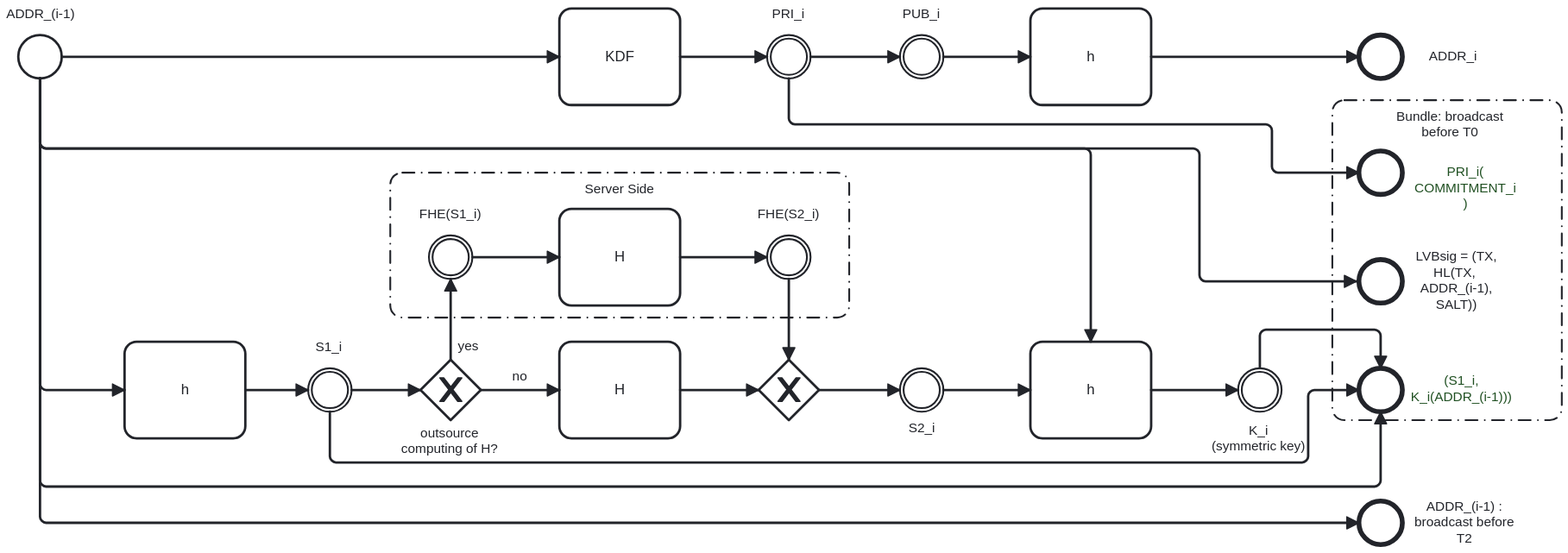
The BPMN diagram docs/keys_diagram.svg in Yuri-SVB/LVBsig, before a commit. Its source is kept beside it as docs/keys_diagram.bpmn. Ids are renumbered.
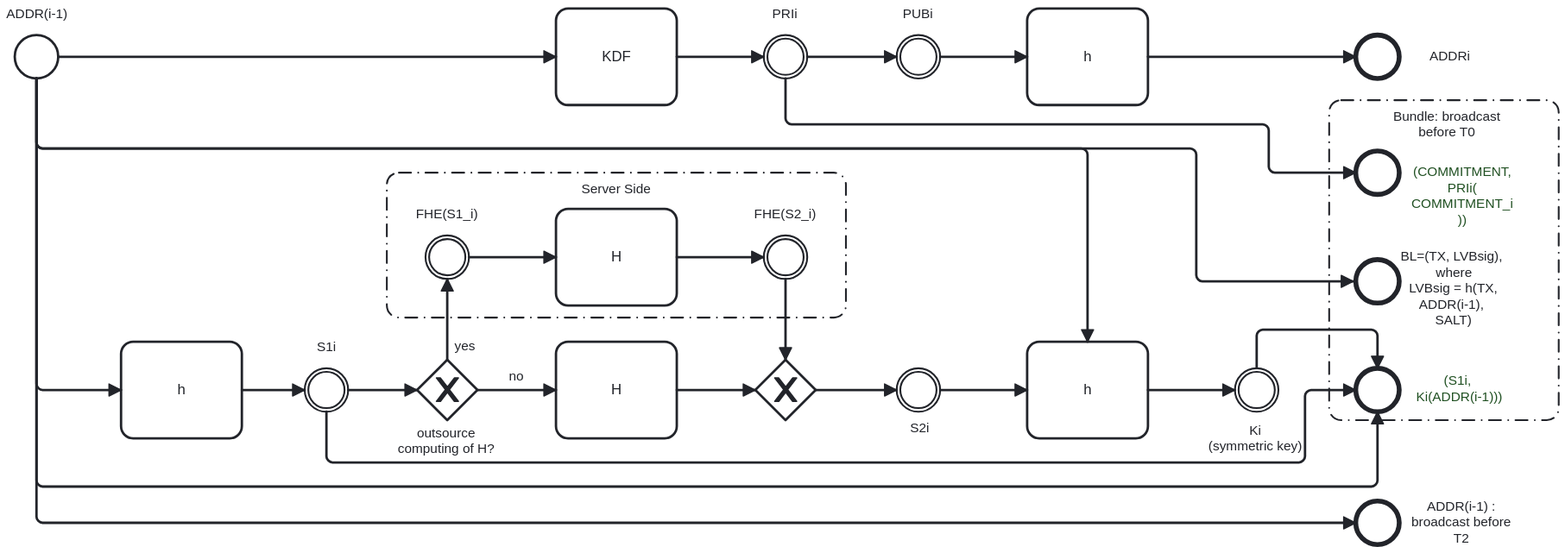
After the change.

Commit message:
Updated notation in diagram files.

Diff of the diagram source:
```diff
@@ -1,6 +1,6 @@
 <bpmn:definitions xmlns:xsi="http://www.w3.org/2001/XMLSchema-instance" xmlns:bpmn="http://www.omg.org/spec/BPMN/20100524/MODEL" xmlns:bpmndi="http://www.omg.org/spec/BPMN/20100524/DI" xmlns:dc="http://www.omg.org/spec/DD/20100524/DC" xmlns:color="http://www.omg.org/spec/BPMN/non-normative/color/1.0" xmlns:di="http://www.omg.org/spec/DD/20100524/DI" id="Definitions_n1" targetNamespace="http://bpmn.io/schema/bpmn" exporter="bpmn-js (https://demo.bpmn.io)" exporterVersion="16.3.0">
   <bpmn:process id="Process_n2" isExecutable="false">
-    <bpmn:startEvent id="StartEvent_n3" name="ADDR_(i-1)">
+    <bpmn:startEvent id="StartEvent_n3" name="ADDR(i-1)">
       <bpmn:outgoing>Flow_n4</bpmn:outgoing>
       <bpmn:outgoing>Flow_n5</bpmn:outgoing>
       <bpmn:outgoing>Flow_n6</bpmn:outgoing>
@@ -13,18 +13,18 @@
       <bpmn:outgoing>Flow_n11</bpmn:outgoing>
     </bpmn:task>
     <bpmn:sequenceFlow id="Flow_n4" sourceRef="StartEvent_n3" targetRef="Activity_n10" />
-    <bpmn:intermediateThrowEvent id="Event_n12" name="PRI_i">
+    <bpmn:intermediateThrowEvent id="Event_n12" name="PRIi">
       <bpmn:incoming>Flow_n11</bpmn:incoming>
       <bpmn:outgoing>Flow_n13</bpmn:outgoing>
       <bpmn:outgoing>Flow_n14</bpmn:outgoing>
     </bpmn:intermediateThrowEvent>
     <bpmn:sequenceFlow id="Flow_n11" sourceRef="Activity_n10" targetRef="Event_n12" />
-    <bpmn:intermediateThrowEvent id="Event_n15" name="PUB_i">
+    <bpmn:intermediateThrowEvent id="Event_n15" name="PUBi">
       <bpmn:incoming>Flow_n13</bpmn:incoming>
       <bpmn:outgoing>Flow_n16</bpmn:outgoing>
     </bpmn:intermediateThrowEvent>
     <bpmn:sequenceFlow id="Flow_n13" sourceRef="Event_n12" targetRef="Event_n15" />
-    <bpmn:endEvent id="Event_n17" name="ADDR_i">
+    <bpmn:endEvent id="Event_n17" name="ADDRi">
       <bpmn:incoming>Flow_n18</bpmn:incoming>
     </bpmn:endEvent>
     <bpmn:task id="Activity_n19" name="h">
@@ -32,7 +32,7 @@
       <bpmn:outgoing>Flow_n20</bpmn:outgoing>
     </bpmn:task>
     <bpmn:sequenceFlow id="Flow_n5" sourceRef="StartEvent_n3" targetRef="Activity_n19" />
-    <bpmn:intermediateThrowEvent id="Event_n21" name="S1_i">
+    <bpmn:intermediateThrowEvent id="Event_n21" name="S1i">
       <bpmn:incoming>Flow_n20</bpmn:incoming>
       <bpmn:outgoing>Flow_n22</bpmn:outgoing>
       <bpmn:outgoing>Flow_n23</bpmn:outgoing>
@@ -55,7 +55,7 @@
       <bpmn:outgoing>Flow_n31</bpmn:outgoing>
     </bpmn:exclusiveGateway>
     <bpmn:sequenceFlow id="Flow_n28" sourceRef="Activity_n27" targetRef="Gateway_n29" />
-    <bpmn:intermediateThrowEvent id="Event_n32" name="S2_i">
+    <bpmn:intermediateThrowEvent id="Event_n32" name="S2i">
       <bpmn:incoming>Flow_n31</bpmn:incoming>
       <bpmn:outgoing>Flow_n33</bpmn:outgoing>
     </bpmn:intermediateThrowEvent>
@@ -83,22 +83,22 @@
     </bpmn:task>
     <bpmn:sequenceFlow id="Flow_n33" sourceRef="Event_n32" targetRef="Activity_n39" />
     <bpmn:sequenceFlow id="Flow_n6" sourceRef="StartEvent_n3" targetRef="Activity_n39" />
-    <bpmn:intermediateThrowEvent id="Event_n41" name="K_i&#10;(symmetric key)">
+    <bpmn:intermediateThrowEvent id="Event_n41" name="Ki&#10;(symmetric key)">
       <bpmn:incoming>Flow_n40</bpmn:incoming>
       <bpmn:outgoing>Flow_n42</bpmn:outgoing>
     </bpmn:intermediateThrowEvent>
     <bpmn:sequenceFlow id="Flow_n40" sourceRef="Activity_n39" targetRef="Event_n41" />
-    <bpmn:endEvent id="Event_n43" name="(S1_i, K_i(ADDR_(i-1)))">
+    <bpmn:endEvent id="Event_n43" name="(S1i,    Ki(ADDR(i-1)))">
       <bpmn:incoming>Flow_n42</bpmn:incoming>
       <bpmn:incoming>Flow_n7</bpmn:incoming>
       <bpmn:incoming>Flow_n23</bpmn:incoming>
     </bpmn:endEvent>
     <bpmn:sequenceFlow id="Flow_n42" sourceRef="Event_n41" targetRef="Event_n43" />
-    <bpmn:endEvent id="Event_n44" name="PRI_i( COMMITMENT_i )">
+    <bpmn:endEvent id="Event_n44" name="(COMMITMENT,&#10;PRIi( COMMITMENT_i ))">
       <bpmn:incoming>Flow_n14</bpmn:incoming>
     </bpmn:endEvent>
     <bpmn:sequenceFlow id="Flow_n14" sourceRef="Event_n12" targetRef="Event_n44" />
-    <bpmn:endEvent id="Event_n45" name="LVBsig = (TX, HL(TX,   ADDR_(i-1), SALT))">
+    <bpmn:endEvent id="Event_n45" name="BL=(TX, LVBsig),      where&#10;LVBsig = h(TX, ADDR(i-1),  SALT)">
       <bpmn:incoming>Flow_n9</bpmn:incoming>
     </bpmn:endEvent>
     <bpmn:sequenceFlow id="Flow_n7" sourceRef="StartEvent_n3" targetRef="Event_n43" />
@@ -108,7 +108,7 @@
     </bpmn:task>
     <bpmn:sequenceFlow id="Flow_n16" sourceRef="Event_n15" targetRef="Activity_n46" />
     <bpmn:sequenceFlow id="Flow_n18" sourceRef="Activity_n46" targetRef="Event_n17" />
-    <bpmn:endEvent id="Event_n47" name="ADDR_(i-1) : broadcast before T2">
+    <bpmn:endEvent id="Event_n47" name="ADDR(i-1) : broadcast before T2">
       <bpmn:incoming>Flow_n8</bpmn:incoming>
     </bpmn:endEvent>
     <bpmn:sequenceFlow id="Flow_n8" sourceRef="StartEvent_n3" targetRef="Event_n47" />
@@ -125,20 +125,32 @@
   </bpmn:category>
   <bpmndi:BPMNDiagram id="BPMNDiagram_1">
     <bpmndi:BPMNPlane id="BPMNPlane_1" bpmnElement="Process_n2">
-      <bpmndi:BPMNShape id="Activity_n34_di" bpmnElement="Activity_n34">
-        <dc:Bounds x="610" y="250" width="100" height="80" />
+      <bpmndi:BPMNShape id="_BPMNShape_StartEvent_2" bpmnElement="StartEvent_n3">
+        <dc:Bounds x="162" y="106" width="36" height="36" />
+        <bpmndi:BPMNLabel>
+          <dc:Bounds x="155" y="82" width="51" height="14" />
+        </bpmndi:BPMNLabel>
+      </bpmndi:BPMNShape>
+      <bpmndi:BPMNShape id="Activity_n10_di" bpmnElement="Activity_n10">
+        <dc:Bounds x="610" y="84" width="100" height="80" />
         <bpmndi:BPMNLabel />
       </bpmndi:BPMNShape>
-      <bpmndi:BPMNShape id="Event_n37_di" bpmnElement="Event_n37">
-        <dc:Bounds x="502" y="272" width="36" height="36" />
+      <bpmndi:BPMNShape id="Event_n12_di" bpmnElement="Event_n12">
+        <dc:Bounds x="782" y="106" width="36" height="36" />
         <bpmndi:BPMNLabel>
-          <dc:Bounds x="494" y="248" width="52" height="14" />
+          <dc:Bounds x="789" y="82" width="21" height="14" />
         </bpmndi:BPMNLabel>
       </bpmndi:BPMNShape>
-      <bpmndi:BPMNShape id="Event_n38_di" bpmnElement="Event_n38">
-        <dc:Bounds x="782" y="272" width="36" height="36" />
+      <bpmndi:BPMNShape id="Event_n15_di" bpmnElement="Event_n15">
+        <dc:Bounds x="892" y="106" width="36" height="36" />
         <bpmndi:BPMNLabel>
-          <dc:Bounds x="774" y="248" width="52" height="14" />
+          <dc:Bounds x="897" y="82" width="26" height="14" />
+        </bpmndi:BPMNLabel>
+      </bpmndi:BPMNShape>
+      <bpmndi:BPMNShape id="Event_n17_di" bpmnElement="Event_n17">
+        <dc:Bounds x="1272" y="106" width="36" height="36" />
+        <bpmndi:BPMNLabel>
+          <dc:Bounds x="1333" y="117" width="34" height="14" />
         </bpmndi:BPMNLabel>
       </bpmndi:BPMNShape>
       <bpmndi:BPMNShape id="Activity_n19_di" bpmnElement="Activity_n19">
@@ -148,7 +160,7 @@
       <bpmndi:BPMNShape id="Event_n21_di" bpmnElement="Event_n21">
         <dc:Bounds x="402" y="382" width="36" height="36" />
         <bpmndi:BPMNLabel>
-          <dc:Bounds x="408" y="358" width="23" height="14" />
+          <dc:Bounds x="412" y="358" width="16" height="14" />
         </bpmndi:BPMNLabel>
       </bpmndi:BPMNShape>
       <bpmndi:BPMNShape id="Gateway_n24_di" bpmnElement="Gateway_n24" isMarkerVisible="true">
@@ -167,36 +179,56 @@
       <bpmndi:BPMNShape id="Event_n32_di" bpmnElement="Event_n32">
         <dc:Bounds x="892" y="382" width="36" height="36" />
         <bpmndi:BPMNLabel>
-          <dc:Bounds x="899" y="425" width="23" height="14" />
+          <dc:Bounds x="903" y="425" width="16" height="14" />
+        </bpmndi:BPMNLabel>
+      </bpmndi:BPMNShape>
+      <bpmndi:BPMNShape id="Activity_n34_di" bpmnElement="Activity_n34">
+        <dc:Bounds x="610" y="250" width="100" height="80" />
+        <bpmndi:BPMNLabel />
+      </bpmndi:BPMNShape>
+      <bpmndi:BPMNShape id="Event_n37_di" bpmnElement="Event_n37">
+        <dc:Bounds x="502" y="272" width="36" height="36" />
+        <bpmndi:BPMNLabel>
+          <dc:Bounds x="494" y="248" width="52" height="14" />
+        </bpmndi:BPMNLabel>
+      </bpmndi:BPMNShape>
+      <bpmndi:BPMNShape id="Event_n38_di" bpmnElement="Event_n38">
+        <dc:Bounds x="782" y="272" width="36" height="36" />
+        <bpmndi:BPMNLabel>
+          <dc:Bounds x="774" y="248" width="52" height="14" />
         </bpmndi:BPMNLabel>
       </bpmndi:BPMNShape>
       <bpmndi:BPMNShape id="Activity_n39_di" bpmnElement="Activity_n39">
         <dc:Bounds x="1000" y="360" width="100" height="80" />
         <bpmndi:BPMNLabel />
       </bpmndi:BPMNShape>
+      <bpmndi:BPMNShape id="Event_n41_di" bpmnElement="Event_n41">
+        <dc:Bounds x="1172" y="382" width="36" height="36" />
+        <bpmndi:BPMNLabel>
+          <dc:Bounds x="1150" y="427" width="78" height="27" />
+        </bpmndi:BPMNLabel>
+      </bpmndi:BPMNShape>
       <bpmndi:BPMNShape id="Event_n43_di" bpmnElement="Event_n43">
         <dc:Bounds x="1272" y="382" width="36" height="36" />
         <bpmndi:BPMNLabel color:color="#205022">
-          <dc:Bounds x="1315" y="386" width="84" height="27" />
+          <dc:Bounds x="1322" y="386" width="72" height="27" />
+        </bpmndi:BPMNLabel>
+      </bpmndi:BPMNShape>
+      <bpmndi:BPMNShape id="Event_n44_di" bpmnElement="Event_n44">
+        <dc:Bounds x="1272" y="202" width="36" height="36" />
+        <bpmndi:BPMNLabel color:color="#205022">
+          <dc:Bounds x="1318" y="213" width="85" height="53" />
         </bpmndi:BPMNLabel>
       </bpmndi:BPMNShape>
       <bpmndi:BPMNShape id="Event_n45_di" bpmnElement="Event_n45">
         <dc:Bounds x="1272" y="292" width="36" height="36" />
         <bpmndi:BPMNLabel>
-          <dc:Bounds x="1319" y="283" width="68" height="53" />
+          <dc:Bounds x="1309" y="283" width="88" height="66" />
         </bpmndi:BPMNLabel>
       </bpmndi:BPMNShape>
-      <bpmndi:BPMNShape id="Event_n44_di" bpmnElement="Event_n44">
-        <dc:Bounds x="1272" y="202" width="36" height="36" />
-        <bpmndi:BPMNLabel color:color="#205022">
-          <dc:Bounds x="1318" y="213" width="85" height="40" />
-        </bpmndi:BPMNLabel>
-      </bpmndi:BPMNShape>
-      <bpmndi:BPMNShape id="Event_n41_di" bpmnElement="Event_n41">
-        <dc:Bounds x="1172" y="382" width="36" height="36" />
-        <bpmndi:BPMNLabel>
-          <dc:Bounds x="1150" y="426.5" width="78" height="27" />
-        </bpmndi:BPMNLabel>
+      <bpmndi:BPMNShape id="Activity_n46_di" bpmnElement="Activity_n46">
+        <dc:Bounds x="1000" y="84" width="100" height="80" />
+        <bpmndi:BPMNLabel />
       </bpmndi:BPMNShape>
       <bpmndi:BPMNShape id="Event_n47_di" bpmnElement="Event_n47">
         <dc:Bounds x="1272" y="492" width="36" height="36" />
@@ -204,38 +236,30 @@
           <dc:Bounds x="1318" y="490" width="83" height="40" />
         </bpmndi:BPMNLabel>
       </bpmndi:BPMNShape>
-      <bpmndi:BPMNShape id="_BPMNShape_StartEvent_2" bpmnElement="StartEvent_n3">
-        <dc:Bounds x="162" y="106" width="36" height="36" />
+      <bpmndi:BPMNShape id="Group_n48_di" bpmnElement="Group_n48">
+        <dc:Bounds x="470" y="220" width="380" height="120" />
         <bpmndi:BPMNLabel>
-          <dc:Bounds x="151.5" y="82" width="57" height="14" />
+          <dc:Bounds x="631" y="227" width="58" height="14" />
         </bpmndi:BPMNLabel>
       </bpmndi:BPMNShape>
-      <bpmndi:BPMNShape id="Activity_n10_di" bpmnElement="Activity_n10">
-        <dc:Bounds x="610" y="84" width="100" height="80" />
-        <bpmndi:BPMNLabel />
-      </bpmndi:BPMNShape>
-      <bpmndi:BPMNShape id="Event_n12_di" bpmnElement="Event_n12">
-        <dc:Bounds x="782" y="106" width="36" height="36" />
+      <bpmndi:BPMNShape id="Group_n50_di" bpmnElement="Group_n50">
+        <dc:Bounds x="1250" y="160" width="190" height="265" />
         <bpmndi:BPMNLabel>
-          <dc:Bounds x="786" y="82" width="27" height="14" />
+          <dc:Bounds x="1303" y="167" width="89" height="27" />
         </bpmndi:BPMNLabel>
       </bpmndi:BPMNShape>
-      <bpmndi:BPMNShape id="Event_n15_di" bpmnElement="Event_n15">
-        <dc:Bounds x="892" y="106" width="36" height="36" />
-        <bpmndi:BPMNLabel>
-          <dc:Bounds x="894" y="82" width="32" height="14" />
-        </bpmndi:BPMNLabel>
-      </bpmndi:BPMNShape>
-      <bpmndi:BPMNShape id="Event_n17_di" bpmnElement="Event_n17">
-        <dc:Bounds x="1272" y="106" width="36" height="36" />
-        <bpmndi:BPMNLabel>
-          <dc:Bounds x="1330" y="117" width="40" height="14" />
-        </bpmndi:BPMNLabel>
-      </bpmndi:BPMNShape>
-      <bpmndi:BPMNShape id="Activity_n46_di" bpmnElement="Activity_n46">
-        <dc:Bounds x="1000" y="84" width="100" height="80" />
-        <bpmndi:BPMNLabel />
-      </bpmndi:BPMNShape>
+      <bpmndi:BPMNEdge id="Flow_n4_di" bpmnElement="Flow_n4">
+        <di:waypoint x="198" y="124" />
+        <di:waypoint x="610" y="124" />
+      </bpmndi:BPMNEdge>
+      <bpmndi:BPMNEdge id="Flow_n11_di" bpmnElement="Flow_n11">
+        <di:waypoint x="710" y="124" />
+        <di:waypoint x="782" y="124" />
+      </bpmndi:BPMNEdge>
+      <bpmndi:BPMNEdge id="Flow_n13_di" bpmnElement="Flow_n13">
+        <di:waypoint x="818" y="124" />
+        <di:waypoint x="892" y="124" />
+      </bpmndi:BPMNEdge>
       <bpmndi:BPMNEdge id="Flow_n5_di" bpmnElement="Flow_n5">
         <di:waypoint x="180" y="142" />
         <di:waypoint x="180" y="400" />
@@ -271,6 +295,14 @@
           <dc:Bounds x="526" y="357" width="18" height="14" />
         </bpmndi:BPMNLabel>
       </bpmndi:BPMNEdge>
+      <bpmndi:BPMNEdge id="Flow_n35_di" bpmnElement="Flow_n35">
+        <di:waypoint x="538" y="290" />
+        <di:waypoint x="610" y="290" />
+      </bpmndi:BPMNEdge>
+      <bpmndi:BPMNEdge id="Flow_n36_di" bpmnElement="Flow_n36">
+        <di:waypoint x="710" y="290" />
+        <di:waypoint x="782" y="290" />
+      </bpmndi:BPMNEdge>
       <bpmndi:BPMNEdge id="Flow_n30_di" bpmnElement="Flow_n30">
         <di:waypoint x="800" y="308" />
         <di:waypoint x="800" y="375" />
@@ -302,19 +334,19 @@
         <di:waypoint x="1200" y="220" />
         <di:waypoint x="1272" y="220" />
       </bpmndi:BPMNEdge>
-      <bpmndi:BPMNEdge id="Flow_n35_di" bpmnElement="Flow_n35">
-        <di:waypoint x="538" y="290" />
-        <di:waypoint x="610" y="290" />
-      </bpmndi:BPMNEdge>
-      <bpmndi:BPMNEdge id="Flow_n36_di" bpmnElement="Flow_n36">
-        <di:waypoint x="710" y="290" />
-        <di:waypoint x="782" y="290" />
-      </bpmndi:BPMNEdge>
       <bpmndi:BPMNEdge id="Flow_n7_di" bpmnElement="Flow_n7">
         <di:waypoint x="180" y="142" />
         <di:waypoint x="180" y="480" />
         <di:waypoint x="1290" y="480" />
         <di:waypoint x="1290" y="418" />
+      </bpmndi:BPMNEdge>
+      <bpmndi:BPMNEdge id="Flow_n16_di" bpmnElement="Flow_n16">
+        <di:waypoint x="928" y="124" />
+        <di:waypoint x="1000" y="124" />
+      </bpmndi:BPMNEdge>
+      <bpmndi:BPMNEdge id="Flow_n18_di" bpmnElement="Flow_n18">
+        <di:waypoint x="1100" y="124" />
+        <di:waypoint x="1272" y="124" />
       </bpmndi:BPMNEdge>
       <bpmndi:BPMNEdge id="Flow_n8_di" bpmnElement="Flow_n8">
         <di:waypoint x="180" y="142" />
@@ -335,38 +367,6 @@
         <di:waypoint x="1230" y="400" />
         <di:waypoint x="1272" y="400" />
       </bpmndi:BPMNEdge>
-      <bpmndi:BPMNEdge id="Flow_n4_di" bpmnElement="Flow_n4">
-        <di:waypoint x="198" y="124" />
-        <di:waypoint x="610" y="124" />
-      </bpmndi:BPMNEdge>
-      <bpmndi:BPMNEdge id="Flow_n11_di" bpmnElement="Flow_n11">
-        <di:waypoint x="710" y="124" />
-        <di:waypoint x="782" y="124" />
-      </bpmndi:BPMNEdge>
-      <bpmndi:BPMNEdge id="Flow_n13_di" bpmnElement="Flow_n13">
-        <di:waypoint x="818" y="124" />
-        <di:waypoint x="892" y="124" />
-      </bpmndi:BPMNEdge>
-      <bpmndi:BPMNEdge id="Flow_n16_di" bpmnElement="Flow_n16">
-        <di:waypoint x="928" y="124" />
-        <di:waypoint x="1000" y="124" />
-      </bpmndi:BPMNEdge>
-      <bpmndi:BPMNEdge id="Flow_n18_di" bpmnElement="Flow_n18">
-        <di:waypoint x="1100" y="124" />
-        <di:waypoint x="1272" y="124" />
-      </bpmndi:BPMNEdge>
-      <bpmndi:BPMNShape id="Group_n50_di" bpmnElement="Group_n50">
-        <dc:Bounds x="1250" y="160" width="190" height="265" />
-        <bpmndi:BPMNLabel>
-          <dc:Bounds x="1303" y="167" width="89" height="27" />
-        </bpmndi:BPMNLabel>
-      </bpmndi:BPMNShape>
-      <bpmndi:BPMNShape id="Group_n48_di" bpmnElement="Group_n48">
-        <dc:Bounds x="470" y="220" width="380" height="120" />
-        <bpmndi:BPMNLabel>
-          <dc:Bounds x="631" y="227" width="58" height="14" />
-        </bpmndi:BPMNLabel>
-      </bpmndi:BPMNShape>
     </bpmndi:BPMNPlane>
   </bpmndi:BPMNDiagram>
 </bpmn:definitions>
```
